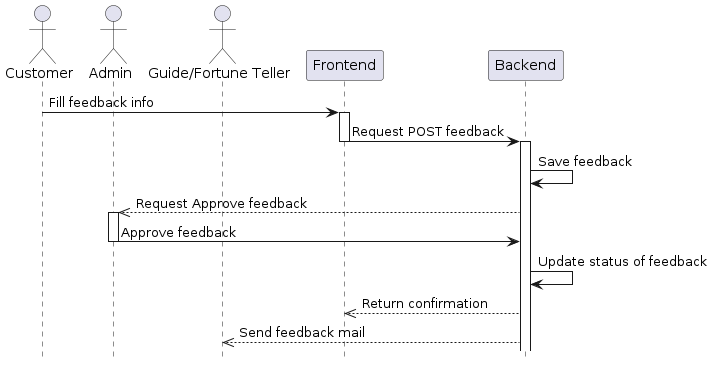
Earlier version of the PlantUML export out/Sequence-diagram/Send-feedback.png (Nxwbtk/SA-Diagram).
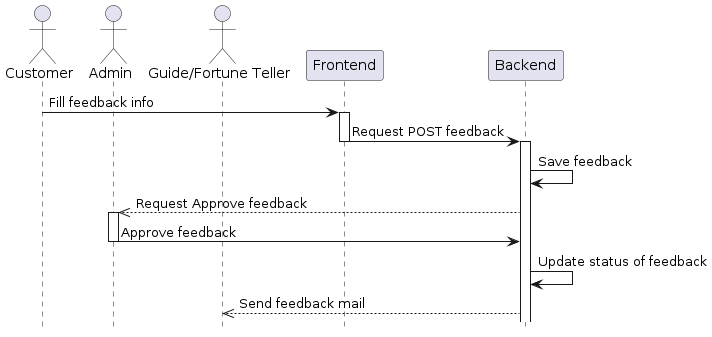
Later version of the same file.

Change to the diagram source:
```diff
@@ -15,7 +15,6 @@
 Admin -> BE: Approve feedback
 deactivate Admin
 BE -> BE: Update status of feedback
-BE -->> FE: Return confirmation
 BE -->> GF: Send feedback mail
 hide footbox
 @enduml
```
